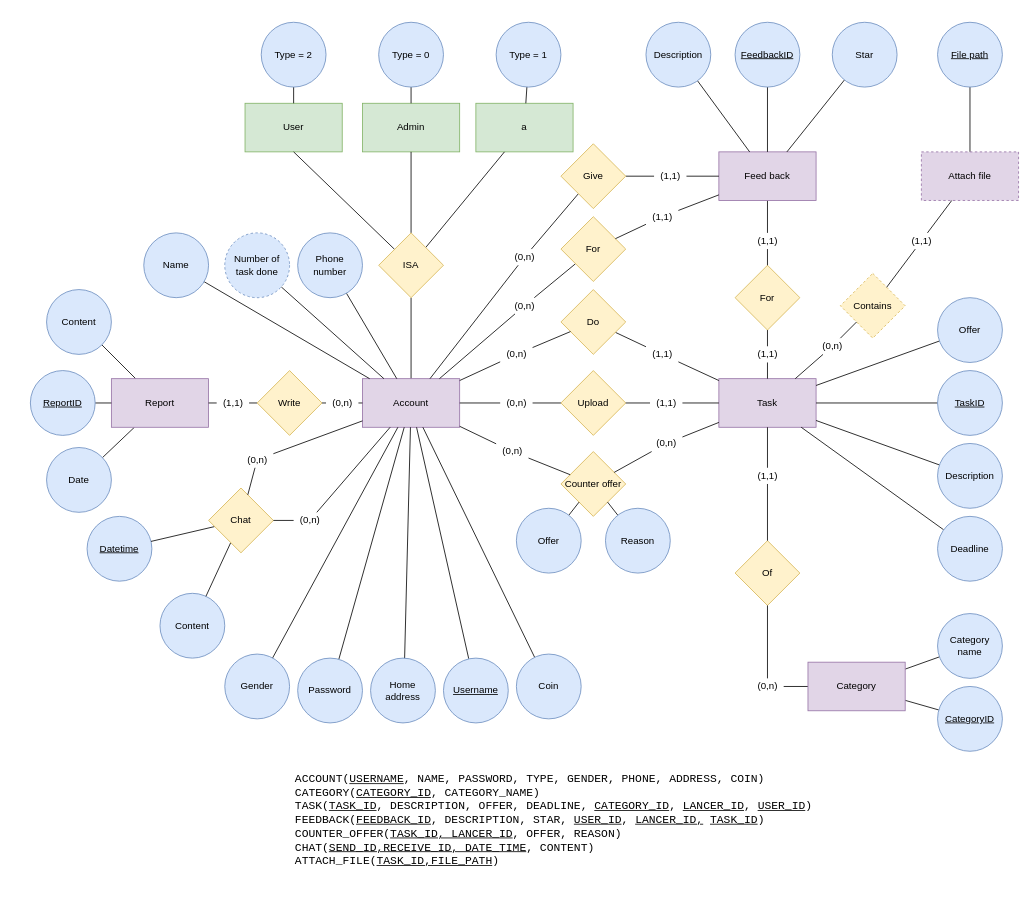
phuc16102001/beekey keeps this draw.io diagram as docs/analysis and design/ERD.drawio. Above is the earlier version. Source tidied: cells renumbered, new cells numbered last; positions are measured from the earlier drawing's top-left corner, leaving out a move shared by most shapes. Both pictures are drawn from the tidied source at 81%, with x=0, y=0 at pixel (30, 22).
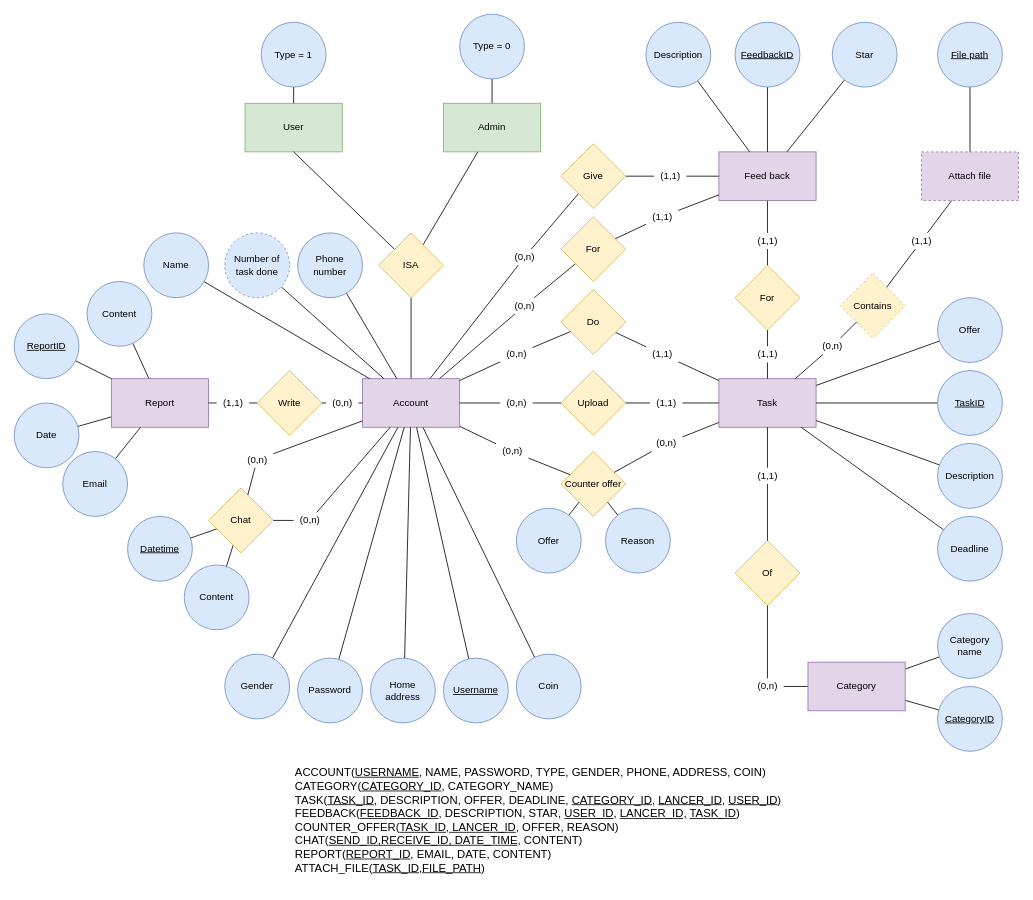
After the change.

Unchanged cells that the change refers to:
```xml
<mxCell id="13" value="ISA" style="rhombus;whiteSpace=wrap;html=1;fillColor=#fff2cc;strokeColor=#d6b656;" parent="1" vertex="1">
  <mxGeometry x="430" y="260" width="80" height="80" as="geometry" />
</mxCell>
<mxCell id="57" value="Report" style="rounded=0;whiteSpace=wrap;html=1;fillColor=#e1d5e7;strokeColor=#9673a6;" parent="1" vertex="1">
  <mxGeometry x="100" y="440" width="120" height="60" as="geometry" />
</mxCell>
```

What changed in the source:
```diff
@@
-    <mxCell id="2" value="a" style="rounded=0;whiteSpace=wrap;html=1;fillColor=#d5e8d4;strokeColor=#82b366;" parent="1" vertex="1">
-      <mxGeometry x="550" y="100" width="120" height="60" as="geometry" />
-    </mxCell>
     <mxCell id="3" value="Admin" style="rounded=0;whiteSpace=wrap;html=1;fillColor=#d5e8d4;strokeColor=#82b366;" parent="1" vertex="1">
-      <mxGeometry x="410" y="100" width="120" height="60" as="geometry" />
+      <mxGeometry x="510" y="100" width="120" height="60" as="geometry" />
     </mxCell>
@@
-    <mxCell id="10" style="edgeStyle=none;rounded=0;jettySize=auto;html=1;endArrow=none;endFill=0;" parent="1" edge="1" source="13" target="2">
-      <mxGeometry relative="1" as="geometry" />
-    </mxCell>
@@
     <mxCell id="62" value="Content" style="ellipse;whiteSpace=wrap;html=1;fontStyle=0;fillColor=#dae8fc;strokeColor=#6c8ebf;" parent="1" vertex="1">
-      <mxGeometry x="20" y="330" width="80" height="80" as="geometry" />
+      <mxGeometry x="70" y="320" width="80" height="80" as="geometry" />
     </mxCell>
     <mxCell id="63" value="Date" style="ellipse;whiteSpace=wrap;html=1;fontStyle=0;fillColor=#dae8fc;strokeColor=#6c8ebf;" parent="1" vertex="1">
-      <mxGeometry x="20" y="525" width="80" height="80" as="geometry" />
+      <mxGeometry x="-20" y="470" width="80" height="80" as="geometry" />
     </mxCell>
@@
-    <mxCell id="75" value="&lt;pre style=&quot;font-size: 14px&quot;&gt;&lt;font style=&quot;font-size: 14px&quot;&gt;ACCOUNT(&lt;u&gt;USERNAME&lt;/u&gt;, NAME, PASSWORD, TYPE, GENDER, PHONE, ADDRESS, COIN)&lt;br&gt;&lt;/font&gt;&lt;font style=&quot;font-size: 14px&quot;&gt;CATEGORY(&lt;u&gt;CATEGORY_ID&lt;/u&gt;, CATEGORY_NAME)&lt;br&gt;&lt;/font&gt;&lt;font style=&quot;font-size: 14px&quot;&gt;TASK(&lt;u&gt;TASK_ID&lt;/u&gt;, DESCRIPTION, OFFER, DEADLINE, &lt;u&gt;CATEGORY_ID&lt;/u&gt;, &lt;u&gt;LANCER_ID&lt;/u&gt;, &lt;u&gt;USER_ID&lt;/u&gt;)&lt;br&gt;&lt;/font&gt;&lt;font style=&quot;font-size: 14px&quot;&gt;FEEDBACK(&lt;u&gt;FEEDBACK_ID&lt;/u&gt;, DESCRIPTION, STAR, &lt;u&gt;USER_ID&lt;/u&gt;, &lt;u&gt;LANCER_ID,&lt;/u&gt; &lt;u&gt;TASK_ID&lt;/u&gt;)&lt;br&gt;&lt;/font&gt;&lt;font style=&quot;font-size: 14px&quot;&gt;COUNTER_OFFER(&lt;u&gt;TASK_ID, LANCER_ID&lt;/u&gt;, OFFER, REASON)&lt;br&gt;&lt;/font&gt;CHAT(&lt;u&gt;SEND_ID,RECEIVE_ID, DATE_TIME&lt;/u&gt;, CONTENT)&lt;br&gt;ATTACH_FILE(&lt;u&gt;TASK_ID,FILE_PATH&lt;/u&gt;)&lt;/pre&gt;" style="text;html=1;align=left;verticalAlign=middle;" parent="1" vertex="1">
-      <mxGeometry x="325" y="920" width="650" height="130" as="geometry" />
+    <mxCell id="75" value="&lt;p style=&quot;font-size: 14px&quot;&gt;&lt;font style=&quot;font-size: 14px&quot;&gt;ACCOUNT(&lt;u&gt;USERNAME&lt;/u&gt;, NAME, PASSWORD, TYPE, GENDER, PHONE, ADDRESS, COIN)&lt;br&gt;&lt;/font&gt;&lt;font style=&quot;font-size: 14px&quot;&gt;CATEGORY(&lt;u&gt;CATEGORY_ID&lt;/u&gt;, CATEGORY_NAME)&lt;br&gt;&lt;/font&gt;&lt;font style=&quot;font-size: 14px&quot;&gt;TASK(&lt;u&gt;TASK_ID&lt;/u&gt;, DESCRIPTION, OFFER, DEADLINE, &lt;u&gt;CATEGORY_ID&lt;/u&gt;, &lt;u&gt;LANCER_ID&lt;/u&gt;, &lt;u&gt;USER_ID&lt;/u&gt;)&lt;br&gt;&lt;/font&gt;&lt;font style=&quot;font-size: 14px&quot;&gt;FEEDBACK(&lt;u&gt;FEEDBACK_ID&lt;/u&gt;, DESCRIPTION, STAR, &lt;u&gt;USER_ID&lt;/u&gt;, &lt;u&gt;LANCER_ID,&lt;/u&gt; &lt;u&gt;TASK_ID&lt;/u&gt;)&lt;br&gt;&lt;/font&gt;&lt;font style=&quot;font-size: 14px&quot;&gt;COUNTER_OFFER(&lt;u&gt;TASK_ID, LANCER_ID&lt;/u&gt;, OFFER, REASON)&lt;br&gt;&lt;/font&gt;CHAT(&lt;u&gt;SEND_ID,RECEIVE_ID, DATE_TIME&lt;/u&gt;, CONTENT)&lt;br&gt;REPORT(&lt;u&gt;REPORT_ID&lt;/u&gt;, EMAIL, DATE, CONTENT)&lt;br&gt;ATTACH_FILE(&lt;u style=&quot;font-family: &amp;#34;helvetica&amp;#34; ; white-space: nowrap&quot;&gt;TASK_ID,FILE_PATH&lt;/u&gt;&lt;span style=&quot;font-family: &amp;#34;helvetica&amp;#34; ; white-space: nowrap&quot;&gt;)&lt;/span&gt;&lt;/p&gt;" style="text;html=1;align=left;verticalAlign=middle;" parent="1" vertex="1">
+      <mxGeometry x="325" y="915" width="620" height="140" as="geometry" />
     </mxCell>
@@
     <mxCell id="77" value="ReportID" style="ellipse;whiteSpace=wrap;html=1;fontStyle=4;fillColor=#dae8fc;strokeColor=#6c8ebf;" parent="1" vertex="1">
-      <mxGeometry y="430" width="80" height="80" as="geometry" />
+      <mxGeometry x="-20" y="360" width="80" height="80" as="geometry" />
     </mxCell>
@@
     <mxCell id="80" value="Content" style="ellipse;whiteSpace=wrap;html=1;fontStyle=0;fillColor=#dae8fc;strokeColor=#6c8ebf;" parent="1" vertex="1">
-      <mxGeometry x="160" y="705" width="80" height="80" as="geometry" />
+      <mxGeometry x="190" y="670" width="80" height="80" as="geometry" />
     </mxCell>
     <mxCell id="81" value="Datetime" style="ellipse;whiteSpace=wrap;html=1;fontStyle=4;fillColor=#dae8fc;strokeColor=#6c8ebf;" parent="1" vertex="1">
-      <mxGeometry x="70" y="610" width="80" height="80" as="geometry" />
+      <mxGeometry x="120" y="610" width="80" height="80" as="geometry" />
     </mxCell>
@@
-    <mxCell id="88" style="edgeStyle=none;rounded=0;jettySize=auto;html=1;startArrow=none;startFill=0;endArrow=none;endFill=0;" parent="1" edge="1" source="89" target="2">
-      <mxGeometry relative="1" as="geometry" />
-    </mxCell>
-    <mxCell id="89" value="Type = 1" style="ellipse;whiteSpace=wrap;html=1;fillColor=#dae8fc;strokeColor=#6c8ebf;" parent="1" vertex="1">
-      <mxGeometry x="575" width="80" height="80" as="geometry" />
-    </mxCell>
@@
-    <mxCell id="91" value="Type = 2" style="ellipse;whiteSpace=wrap;html=1;fillColor=#dae8fc;strokeColor=#6c8ebf;" parent="1" vertex="1">
+    <mxCell id="91" value="Type = 1" style="ellipse;whiteSpace=wrap;html=1;fillColor=#dae8fc;strokeColor=#6c8ebf;" parent="1" vertex="1">
       <mxGeometry x="285" width="80" height="80" as="geometry" />
     </mxCell>
@@
     <mxCell id="93" value="Type = 0" style="ellipse;whiteSpace=wrap;html=1;fillColor=#dae8fc;strokeColor=#6c8ebf;" parent="1" vertex="1">
-      <mxGeometry x="430" width="80" height="80" as="geometry" />
+      <mxGeometry x="530" y="-10" width="80" height="80" as="geometry" />
     </mxCell>
@@
+    <mxCell id="143" style="rounded=0;jettySize=auto;html=1;endArrow=none;endFill=0;" parent="1" edge="1" source="144" target="57">
+      <mxGeometry relative="1" as="geometry" />
+    </mxCell>
+    <mxCell id="144" value="Email" style="ellipse;whiteSpace=wrap;html=1;fontStyle=0;fillColor=#dae8fc;strokeColor=#6c8ebf;" parent="1" vertex="1">
+      <mxGeometry x="40" y="530" width="80" height="80" as="geometry" />
+    </mxCell>
```
